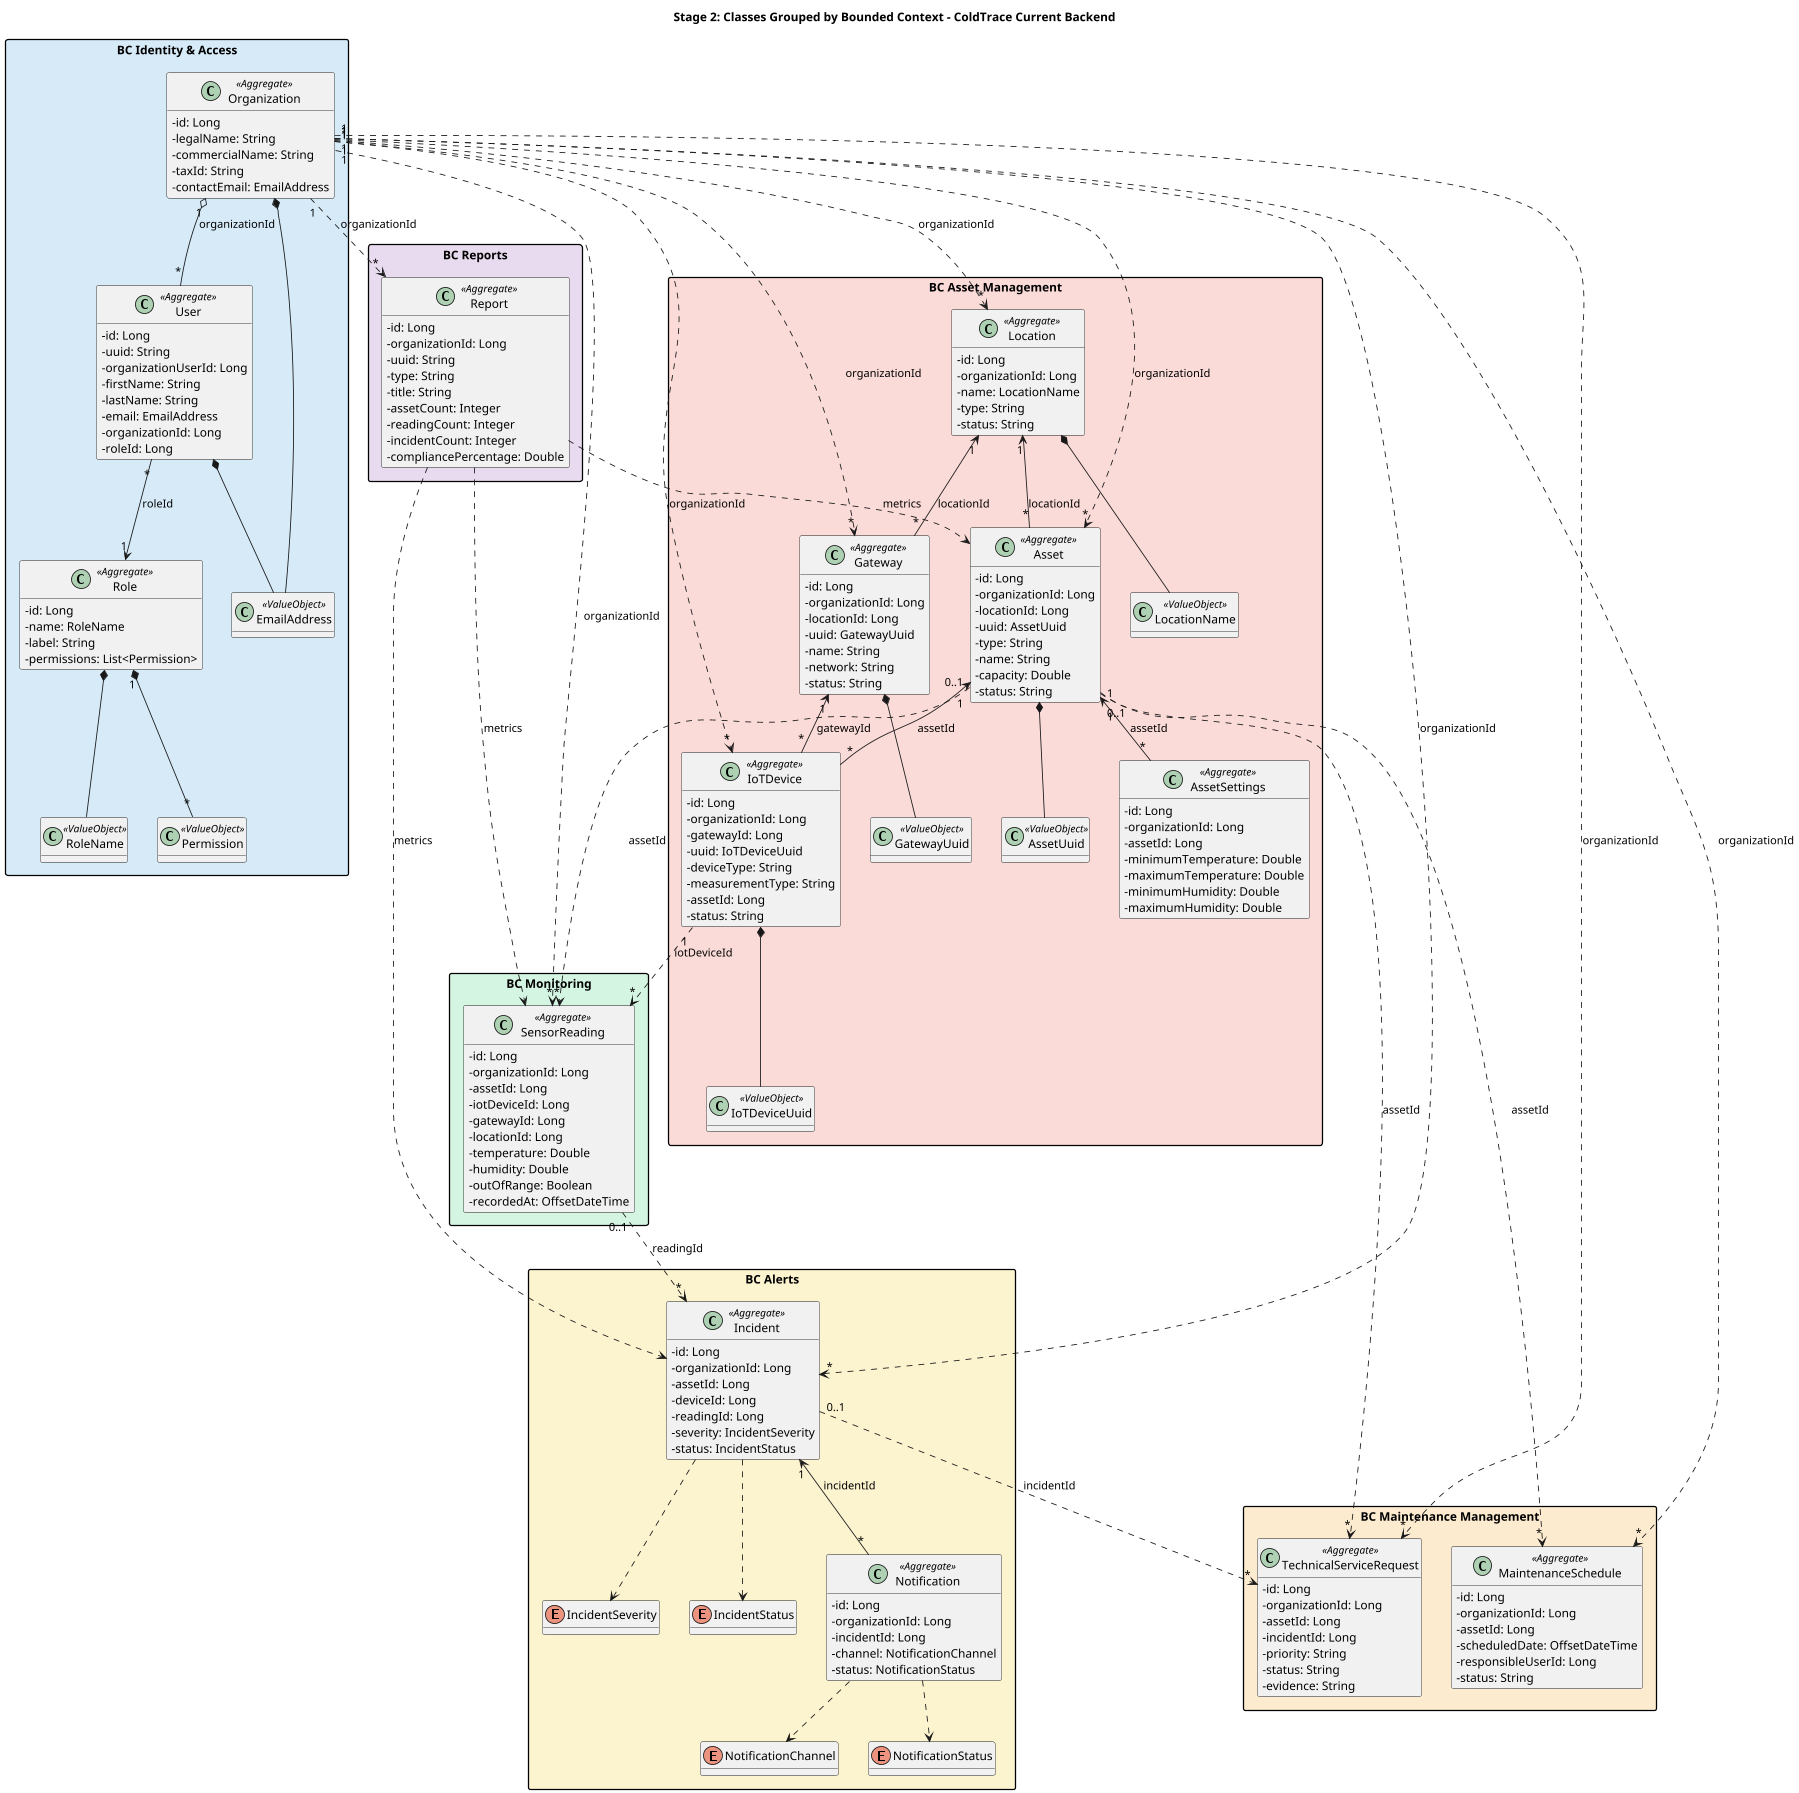
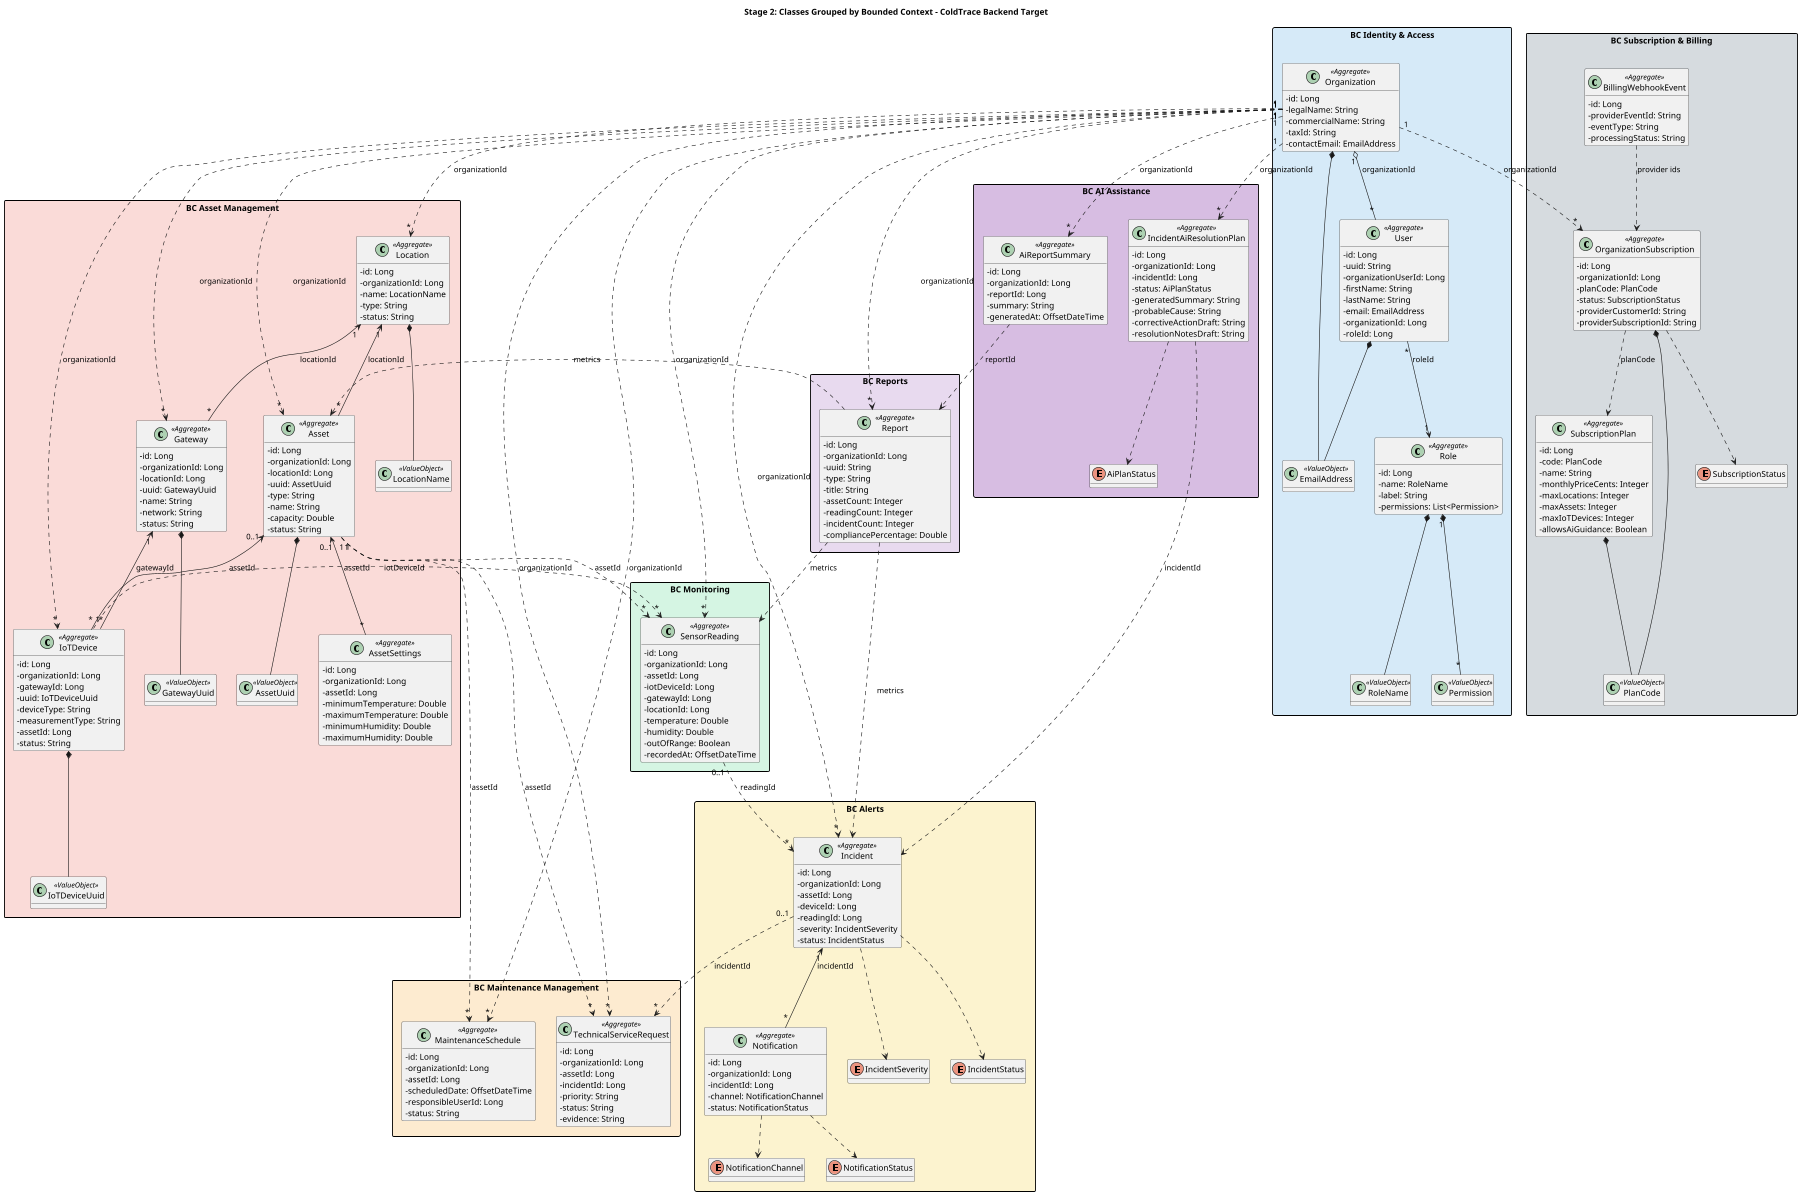
@startuml

- title Stage 2: Classes Grouped by Bounded Context - ColdTrace Current Backend
+ title Stage 2: Classes Grouped by Bounded Context - ColdTrace Backend Target

scale 1800 width
skinparam classAttributeIconSize 0
skinparam nodesep 35
skinparam ranksep 40
skinparam packageStyle rectangle
skinparam shadowing false
hide methods

package "BC Identity & Access" #D6EAF8 {

  class Organization <<Aggregate>> {
    - id: Long
    - legalName: String
    - commercialName: String
    - taxId: String
    - contactEmail: EmailAddress
  }

  class User <<Aggregate>> {
    - id: Long
    - uuid: String
    - organizationUserId: Long
    - firstName: String
    - lastName: String
    - email: EmailAddress
    - organizationId: Long
    - roleId: Long
  }

  class Role <<Aggregate>> {
    - id: Long
    - name: RoleName
    - label: String
    - permissions: List<Permission>
  }

  class EmailAddress <<ValueObject>>
  class RoleName <<ValueObject>>
  class Permission <<ValueObject>>

  Organization "1" o-- "*" User : organizationId
  User "*" --> "1" Role : roleId
  Role "1" *-- "*" Permission
  Organization *-- EmailAddress
  User *-- EmailAddress
  Role *-- RoleName
}

package "BC Asset Management" #FADBD8 {
  class Location <<Aggregate>> {
    - id: Long
    - organizationId: Long
    - name: LocationName
    - type: String
    - status: String
  }

  class Asset <<Aggregate>> {
    - id: Long
    - organizationId: Long
    - locationId: Long
    - uuid: AssetUuid
    - type: String
    - name: String
    - capacity: Double
    - status: String
  }

  class Gateway <<Aggregate>> {
    - id: Long
    - organizationId: Long
    - locationId: Long
    - uuid: GatewayUuid
    - name: String
    - network: String
    - status: String
  }

  class IoTDevice <<Aggregate>> {
    - id: Long
    - organizationId: Long
    - gatewayId: Long
    - uuid: IoTDeviceUuid
    - deviceType: String
    - measurementType: String
    - assetId: Long
    - status: String
  }

  class AssetSettings <<Aggregate>> {
    - id: Long
    - organizationId: Long
    - assetId: Long
    - minimumTemperature: Double
    - maximumTemperature: Double
    - minimumHumidity: Double
    - maximumHumidity: Double
  }

  class LocationName <<ValueObject>>
  class AssetUuid <<ValueObject>>
  class GatewayUuid <<ValueObject>>
  class IoTDeviceUuid <<ValueObject>>

  Location "1" <-- "*" Asset : locationId
  Location "1" <-- "*" Gateway : locationId
  Gateway "1" <-- "*" IoTDevice : gatewayId
  Asset "0..1" <-- "*" IoTDevice : assetId
  Asset "0..1" <-- "*" AssetSettings : assetId
  Location *-- LocationName
  Asset *-- AssetUuid
  Gateway *-- GatewayUuid
  IoTDevice *-- IoTDeviceUuid
}

package "BC Monitoring" #D5F5E3 {
  class SensorReading <<Aggregate>> {
    - id: Long
    - organizationId: Long
    - assetId: Long
    - iotDeviceId: Long
    - gatewayId: Long
    - locationId: Long
    - temperature: Double
    - humidity: Double
    - outOfRange: Boolean
    - recordedAt: OffsetDateTime
  }
}

package "BC Alerts" #FCF3CF {
  class Incident <<Aggregate>> {
    - id: Long
    - organizationId: Long
    - assetId: Long
    - deviceId: Long
    - readingId: Long
    - severity: IncidentSeverity
    - status: IncidentStatus
  }

  class Notification <<Aggregate>> {
    - id: Long
    - organizationId: Long
    - incidentId: Long
    - channel: NotificationChannel
    - status: NotificationStatus
  }

  enum IncidentSeverity
  enum IncidentStatus
  enum NotificationChannel
  enum NotificationStatus

  Incident "1" <-- "*" Notification : incidentId
  Incident ..> IncidentSeverity
  Incident ..> IncidentStatus
  Notification ..> NotificationChannel
  Notification ..> NotificationStatus
}

package "BC Maintenance Management" #FDEBD0 {
  class MaintenanceSchedule <<Aggregate>> {
    - id: Long
    - organizationId: Long
    - assetId: Long
    - scheduledDate: OffsetDateTime
    - responsibleUserId: Long
    - status: String
  }

  class TechnicalServiceRequest <<Aggregate>> {
    - id: Long
    - organizationId: Long
    - assetId: Long
    - incidentId: Long
    - priority: String
    - status: String
    - evidence: String
  }
}

package "BC Reports" #E8DAEF {
  class Report <<Aggregate>> {
    - id: Long
    - organizationId: Long
    - uuid: String
    - type: String
    - title: String
    - assetCount: Integer
    - readingCount: Integer
    - incidentCount: Integer
    - compliancePercentage: Double
  }
}

+ package "BC AI Assistance" #D7BDE2 {
+   class IncidentAiResolutionPlan <<Aggregate>> {
+     - id: Long
+     - organizationId: Long
+     - incidentId: Long
+     - status: AiPlanStatus
+     - generatedSummary: String
+     - probableCause: String
+     - correctiveActionDraft: String
+     - resolutionNotesDraft: String
+   }
+ 
+   class AiReportSummary <<Aggregate>> {
+     - id: Long
+     - organizationId: Long
+     - reportId: Long
+     - summary: String
+     - generatedAt: OffsetDateTime
+   }
+ 
+   enum AiPlanStatus
+   IncidentAiResolutionPlan ..> AiPlanStatus
+ }
+ 
+ package "BC Subscription & Billing" #D6DBDF {
+   class SubscriptionPlan <<Aggregate>> {
+     - id: Long
+     - code: PlanCode
+     - name: String
+     - monthlyPriceCents: Integer
+     - maxLocations: Integer
+     - maxAssets: Integer
+     - maxIoTDevices: Integer
+     - allowsAiGuidance: Boolean
+   }
+ 
+   class OrganizationSubscription <<Aggregate>> {
+     - id: Long
+     - organizationId: Long
+     - planCode: PlanCode
+     - status: SubscriptionStatus
+     - providerCustomerId: String
+     - providerSubscriptionId: String
+   }
+ 
+   class BillingWebhookEvent <<Aggregate>> {
+     - id: Long
+     - providerEventId: String
+     - eventType: String
+     - processingStatus: String
+   }
+ 
+   class PlanCode <<ValueObject>>
+   enum SubscriptionStatus
+   SubscriptionPlan *-- PlanCode
+   OrganizationSubscription *-- PlanCode
+   OrganizationSubscription ..> SubscriptionStatus
+ }
+ 
Organization "1" ..> "*" Location : organizationId
Organization "1" ..> "*" Asset : organizationId
Organization "1" ..> "*" Gateway : organizationId
Organization "1" ..> "*" IoTDevice : organizationId
Organization "1" ..> "*" SensorReading : organizationId
Organization "1" ..> "*" Incident : organizationId
Organization "1" ..> "*" MaintenanceSchedule : organizationId
Organization "1" ..> "*" TechnicalServiceRequest : organizationId
Organization "1" ..> "*" Report : organizationId
+ Organization "1" ..> "*" IncidentAiResolutionPlan : organizationId
+ Organization "1" ..> "*" AiReportSummary : organizationId
+ Organization "1" ..> "*" OrganizationSubscription : organizationId

Asset "1" ..> "*" SensorReading : assetId
IoTDevice "1" ..> "*" SensorReading : iotDeviceId
SensorReading "0..1" ..> "*" Incident : readingId
Incident "0..1" ..> "*" TechnicalServiceRequest : incidentId
Asset "1" ..> "*" MaintenanceSchedule : assetId
Asset "1" ..> "*" TechnicalServiceRequest : assetId
Report ..> SensorReading : metrics
Report ..> Incident : metrics
Report ..> Asset : metrics
+ IncidentAiResolutionPlan ..> Incident : incidentId
+ AiReportSummary ..> Report : reportId
+ OrganizationSubscription ..> SubscriptionPlan : planCode
+ BillingWebhookEvent ..> OrganizationSubscription : provider ids

@enduml
